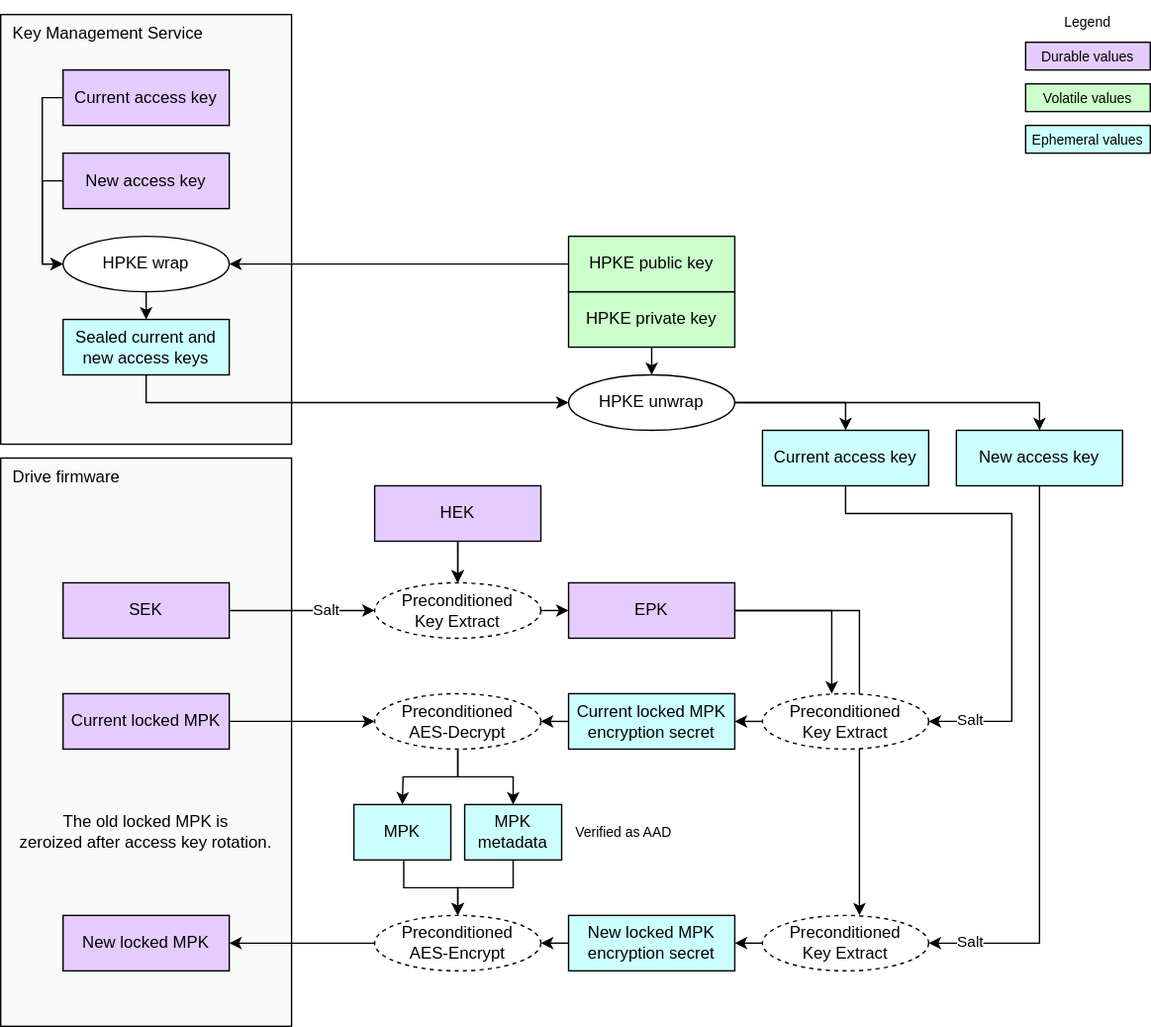
Above: doc/ocp_lock/diagrams/mpk_access_key_rotation.drawio.svg in chipsalliance/Caliptra (draw.io), before the change. Source tidied: cells renumbered, new cells last; positions are measured from the earlier drawing's top-left corner, leaving out a move shared by most shapes.
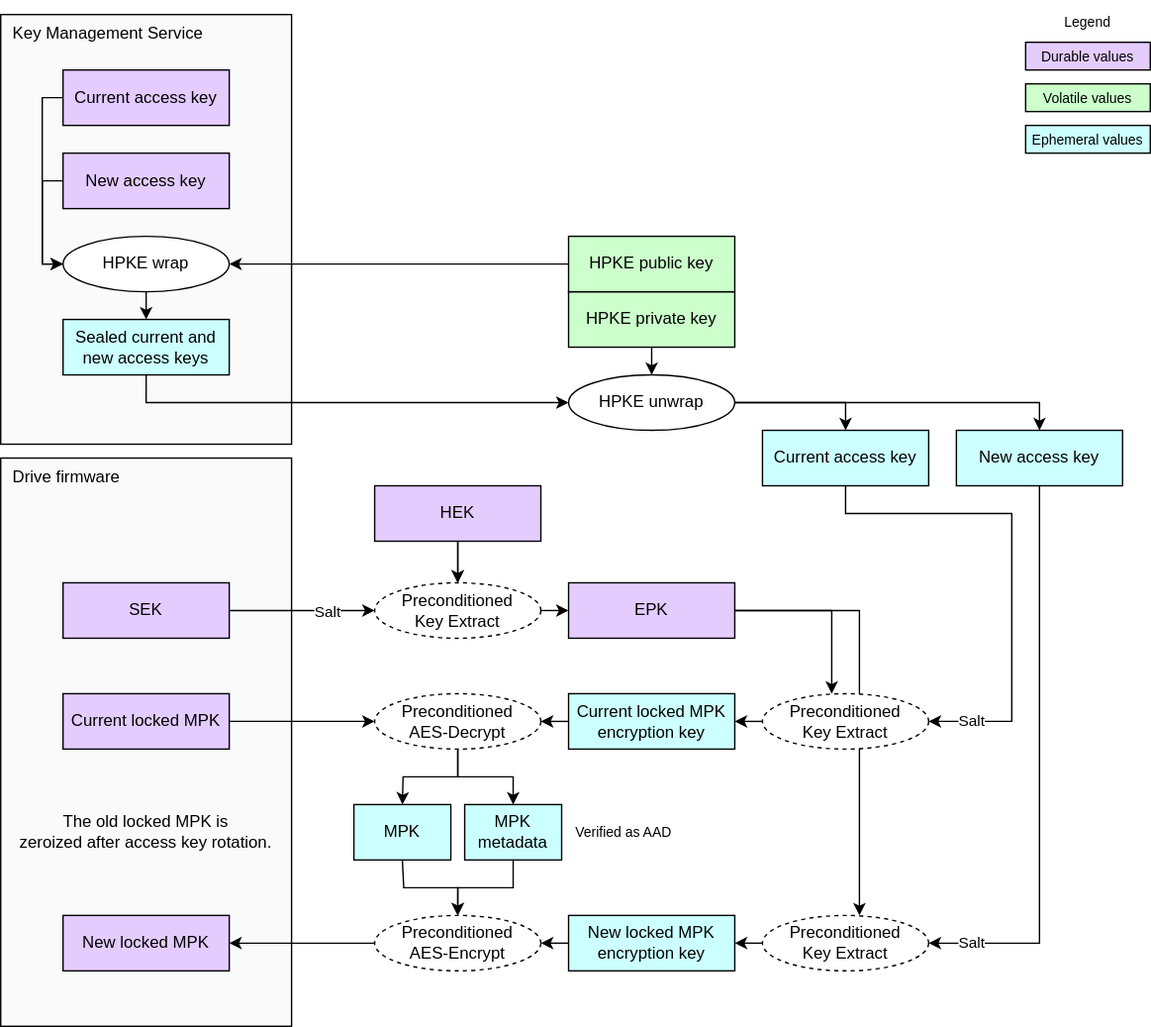
After the commit.

Change to the diagram source:
```diff
@@ -130,13 +130,13 @@
     <mxCell id="37" style="edgeStyle=none;html=1;exitX=0;exitY=0.5;exitDx=0;exitDy=0;entryX=1;entryY=0.5;entryDx=0;entryDy=0;" parent="1" edge="1" source="38" target="44">
       <mxGeometry relative="1" as="geometry" />
     </mxCell>
-    <mxCell id="38" value="&lt;div&gt;&lt;font color=&quot;#000000&quot;&gt;Current locked MPK encryption secret&lt;/font&gt;&lt;/div&gt;" style="rounded=0;whiteSpace=wrap;html=1;align=center;verticalAlign=middle;shadow=0;glass=0;spacingLeft=0;spacingBottom=0;spacingTop=0;fillColor=#CCFFFF;" parent="1" vertex="1">
+    <mxCell id="38" value="&lt;div&gt;&lt;font color=&quot;#000000&quot;&gt;Current locked MPK encryption key&lt;/font&gt;&lt;/div&gt;" style="rounded=0;whiteSpace=wrap;html=1;align=center;verticalAlign=middle;shadow=0;glass=0;spacingLeft=0;spacingBottom=0;spacingTop=0;fillColor=#CCFFFF;" parent="1" vertex="1">
       <mxGeometry x="410" y="500" width="120" height="40" as="geometry" />
     </mxCell>
     <mxCell id="39" style="edgeStyle=none;html=1;exitX=0;exitY=0.5;exitDx=0;exitDy=0;entryX=1;entryY=0.5;entryDx=0;entryDy=0;" parent="1" edge="1" source="40" target="45">
       <mxGeometry relative="1" as="geometry" />
     </mxCell>
-    <mxCell id="40" value="&lt;div&gt;&lt;font color=&quot;#000000&quot;&gt;New locked MPK encryption secret&lt;/font&gt;&lt;/div&gt;" style="rounded=0;whiteSpace=wrap;html=1;align=center;verticalAlign=middle;shadow=0;glass=0;spacingLeft=0;spacingBottom=0;spacingTop=0;fillColor=#CCFFFF;" parent="1" vertex="1">
+    <mxCell id="40" value="&lt;div&gt;&lt;font color=&quot;#000000&quot;&gt;New locked MPK encryption key&lt;/font&gt;&lt;/div&gt;" style="rounded=0;whiteSpace=wrap;html=1;align=center;verticalAlign=middle;shadow=0;glass=0;spacingLeft=0;spacingBottom=0;spacingTop=0;fillColor=#CCFFFF;" parent="1" vertex="1">
       <mxGeometry x="410" y="660" width="120" height="40" as="geometry" />
     </mxCell>
     <mxCell id="41" style="edgeStyle=none;html=1;" parent="1" edge="1" source="42" target="40">
```
